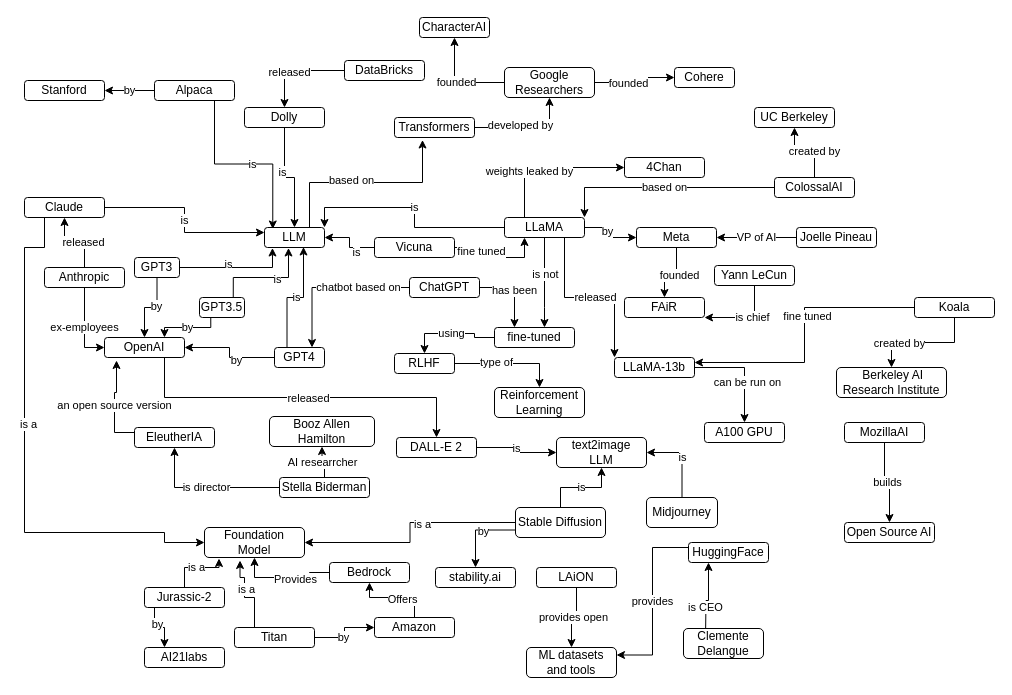
This is generativeAI.drawio from juananpe/generativeAI, a draw.io file, before an edit. Source tidied: cells renumbered, new cells numbered last; positions are measured from the earlier drawing's top-left corner, leaving out a move shared by most shapes. Both pictures are drawn from the tidied source at 100%, with x=0, y=0 at pixel (24, 17).
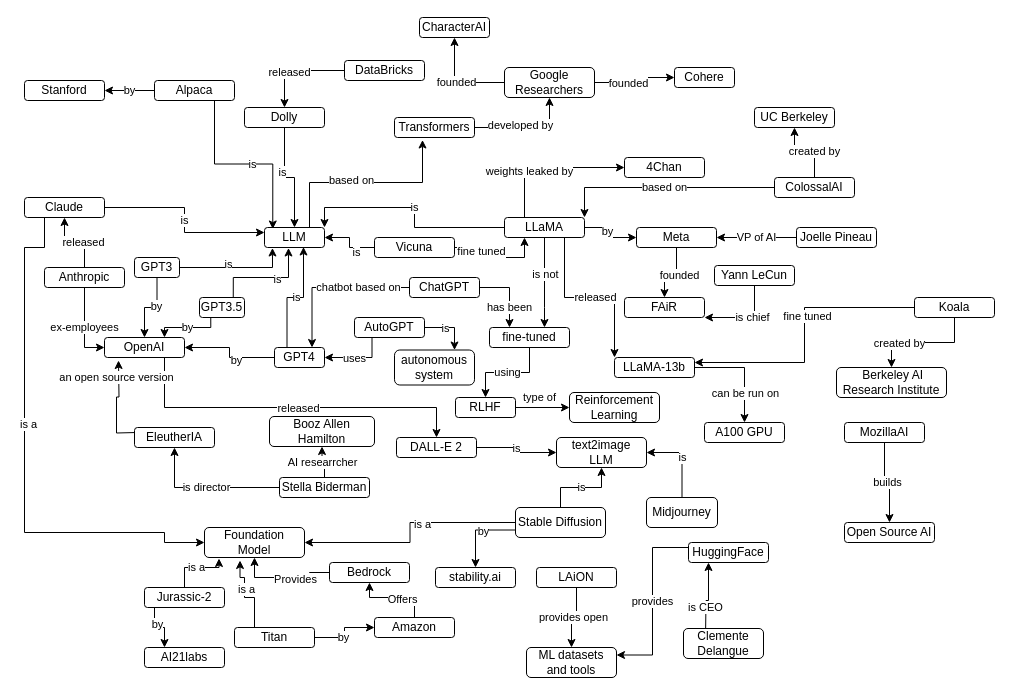
The same diagram, later.

Commit message (it also covers changes not shown here):
Added AutoGPT to diagram

The change refers to these unchanged cells:
```xml
<mxCell id="19" value="OpenAI" style="rounded=1;whiteSpace=wrap;html=1;" parent="1" vertex="1">
  <mxGeometry x="80" y="320" width="80" height="20" as="geometry" />
</mxCell>
<mxCell id="22" value="DALL-E 2" style="rounded=1;whiteSpace=wrap;html=1;" parent="1" vertex="1">
  <mxGeometry x="372" y="420" width="80" height="20" as="geometry" />
</mxCell>
<mxCell id="24" value="EleutherIA" style="rounded=1;whiteSpace=wrap;html=1;" parent="1" vertex="1">
  <mxGeometry x="110" y="410" width="80" height="20" as="geometry" />
</mxCell>
<mxCell id="38" value="GPT4" style="rounded=1;whiteSpace=wrap;html=1;" parent="1" vertex="1">
  <mxGeometry x="250" y="330" width="50" height="20" as="geometry" />
</mxCell>
<mxCell id="70" style="edgeStyle=orthogonalEdgeStyle;rounded=0;jettySize=auto;html=1;" parent="1" edge="1" source="72" target="73">
  <mxGeometry relative="1" as="geometry" />
</mxCell>
<mxCell id="121" value="ChatGPT" style="rounded=1;whiteSpace=wrap;html=1;" parent="1" vertex="1">
  <mxGeometry x="385" y="260" width="70" height="20" as="geometry" />
</mxCell>
```

Change to the diagram source:
```diff
@@
     <mxCell id="17" style="edgeStyle=orthogonalEdgeStyle;rounded=0;jettySize=auto;html=1;exitX=0.75;exitY=1;exitDx=0;exitDy=0;" parent="1" edge="1" source="19" target="22">
-      <mxGeometry relative="1" as="geometry" />
+      <mxGeometry relative="1" as="geometry">
+        <Array as="points">
+          <mxPoint x="140" y="390" />
+          <mxPoint x="412" y="390" />
+        </Array>
+      </mxGeometry>
     </mxCell>
@@
-    <mxCell id="23" value="an open source version" style="edgeStyle=orthogonalEdgeStyle;rounded=0;jettySize=auto;html=1;exitX=0;exitY=0.25;exitDx=0;exitDy=0;entryX=0.15;entryY=1.15;entryDx=0;entryDy=0;entryPerimeter=0;" parent="1" edge="1" source="24" target="19">
-      <mxGeometry relative="1" as="geometry" />
+    <mxCell id="23" value="an open source version" style="edgeStyle=orthogonalEdgeStyle;rounded=0;orthogonalLoop=1;jettySize=auto;html=1;exitX=0;exitY=0.25;exitDx=0;exitDy=0;entryX=0.15;entryY=1.15;entryDx=0;entryDy=0;entryPerimeter=0;" parent="1" edge="1">
+      <mxGeometry x="0.17" y="20" relative="1" as="geometry">
+        <mxPoint x="112" y="415" as="sourcePoint" />
+        <mxPoint x="94" y="343" as="targetPoint" />
+      </mxGeometry>
     </mxCell>
@@
     <mxCell id="65" value="fine-tuned" style="rounded=1;whiteSpace=wrap;html=1;" parent="1" vertex="1">
-      <mxGeometry x="470" y="310" width="80" height="20" as="geometry" />
+      <mxGeometry x="465" y="310" width="80" height="20" as="geometry" />
     </mxCell>
@@
     <mxCell id="71" value="can be run on" style="edgeLabel;html=1;align=center;verticalAlign=middle;" parent="70" vertex="1">
-      <mxGeometry x="0.22" y="2" relative="1" as="geometry" />
+      <mxGeometry x="0.22" y="2" relative="1" as="geometry">
+        <mxPoint x="-2" y="11" as="offset" />
+      </mxGeometry>
     </mxCell>
@@
     <mxCell id="120" value="has been" style="edgeStyle=orthogonalEdgeStyle;rounded=0;jettySize=auto;html=1;entryX=0.25;entryY=0;entryDx=0;entryDy=0;" parent="1" edge="1" source="121" target="65">
-      <mxGeometry relative="1" as="geometry" />
+      <mxGeometry x="0.43" relative="1" as="geometry" />
     </mxCell>
@@
-    <mxCell id="122" style="edgeStyle=orthogonalEdgeStyle;rounded=0;jettySize=auto;html=1;entryX=0.5;entryY=0;entryDx=0;entryDy=0;" parent="1" edge="1" source="124" target="125">
+    <mxCell id="122" style="edgeStyle=orthogonalEdgeStyle;rounded=0;jettySize=auto;html=1;entryX=0;entryY=0.5;entryDx=0;entryDy=0;" parent="1" edge="1" source="124" target="125">
       <mxGeometry relative="1" as="geometry" />
     </mxCell>
     <mxCell id="123" value="type of" style="edgeLabel;html=1;align=center;verticalAlign=middle;" parent="122" vertex="1">
       <mxGeometry x="-0.25" y="3" relative="1" as="geometry">
-        <mxPoint y="1" as="offset" />
+        <mxPoint x="3" y="-8" as="offset" />
       </mxGeometry>
     </mxCell>
     <mxCell id="124" value="RLHF" style="rounded=1;whiteSpace=wrap;html=1;" parent="1" vertex="1">
-      <mxGeometry x="370" y="336" width="60" height="20" as="geometry" />
+      <mxGeometry x="431" y="380" width="60" height="20" as="geometry" />
     </mxCell>
     <mxCell id="125" value="Reinforcement&lt;br&gt;Learning" style="rounded=1;whiteSpace=wrap;html=1;" parent="1" vertex="1">
-      <mxGeometry x="470" y="370" width="90" height="30" as="geometry" />
+      <mxGeometry x="545" y="375" width="90" height="30" as="geometry" />
     </mxCell>
@@
+    <mxCell id="146" style="edgeStyle=orthogonalEdgeStyle;rounded=0;jettySize=auto;html=1;entryX=0.75;entryY=0;entryDx=0;entryDy=0;exitX=1;exitY=0.5;exitDx=0;exitDy=0;" parent="1" edge="1" source="150" target="151">
+      <mxGeometry relative="1" as="geometry" />
+    </mxCell>
+    <mxCell id="147" value="is" style="edgeLabel;html=1;align=center;verticalAlign=middle;" parent="146" vertex="1">
+      <mxGeometry x="-0.29" y="-1" relative="1" as="geometry">
+        <mxPoint x="1" y="-1" as="offset" />
+      </mxGeometry>
+    </mxCell>
+    <mxCell id="148" style="edgeStyle=orthogonalEdgeStyle;rounded=0;jettySize=auto;html=1;exitX=0.25;exitY=1;exitDx=0;exitDy=0;entryX=1;entryY=0.5;entryDx=0;entryDy=0;" parent="1" edge="1" source="150" target="38">
+      <mxGeometry relative="1" as="geometry" />
+    </mxCell>
+    <mxCell id="149" value="uses" style="edgeLabel;html=1;align=center;verticalAlign=middle;" parent="148" vertex="1">
+      <mxGeometry x="-0.26" y="1" relative="1" as="geometry">
+        <mxPoint x="-13" y="-1" as="offset" />
+      </mxGeometry>
+    </mxCell>
+    <mxCell id="150" value="&lt;div&gt;AutoGPT&lt;/div&gt;" style="rounded=1;whiteSpace=wrap;html=1;" parent="1" vertex="1">
+      <mxGeometry x="330" y="300" width="70" height="20" as="geometry" />
+    </mxCell>
+    <mxCell id="151" value="&lt;div&gt;autonomous&lt;/div&gt;&lt;div&gt;system&lt;br&gt;&lt;/div&gt;" style="rounded=1;whiteSpace=wrap;html=1;" parent="1" vertex="1">
+      <mxGeometry x="370" y="332.5" width="80" height="35" as="geometry" />
+    </mxCell>
```
